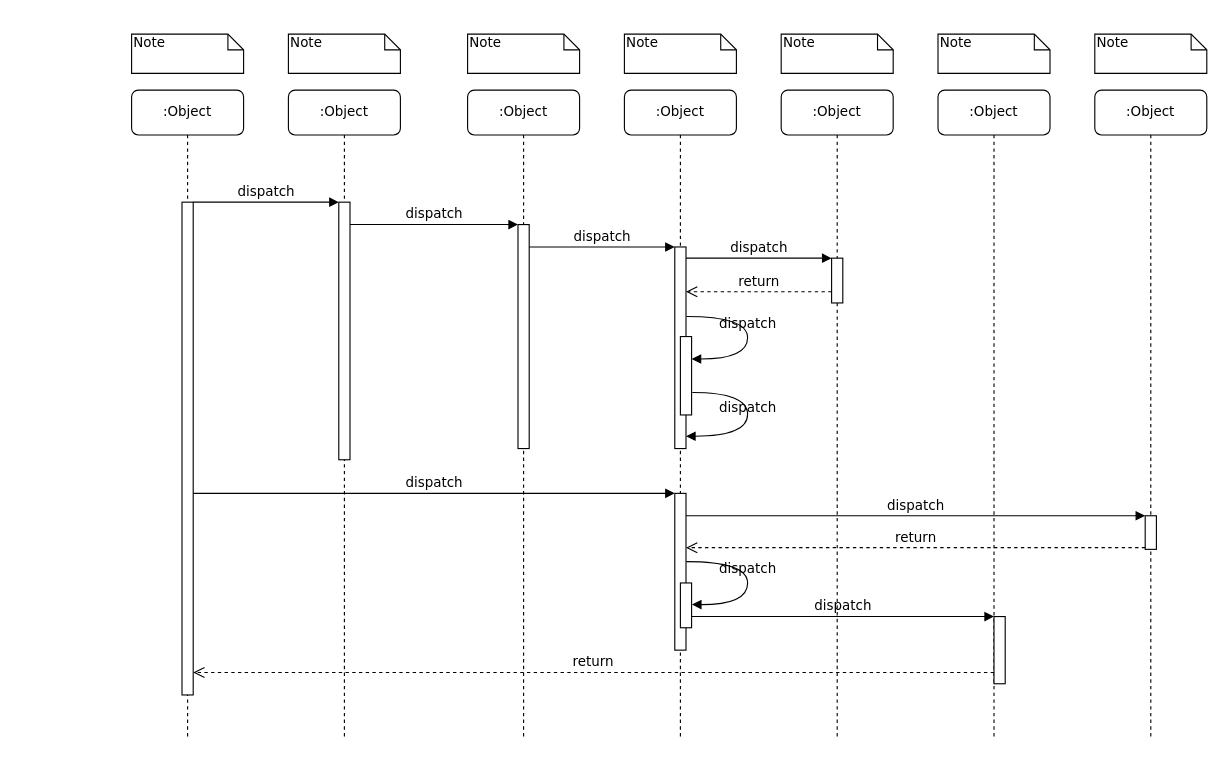
Earlier version of the draw.io diagram UML/GonçaloOliveeira_ex2_diagrama_de_sequencia.drawio (G-Man27/portfolio-CESAE). Source tidied: cells renumbered, new cells numbered last; positions are measured from the earlier drawing's top-left corner, leaving out a move shared by most shapes. Both pictures are drawn from the tidied source at 112%, with x=0, y=0 at pixel (131, 34).
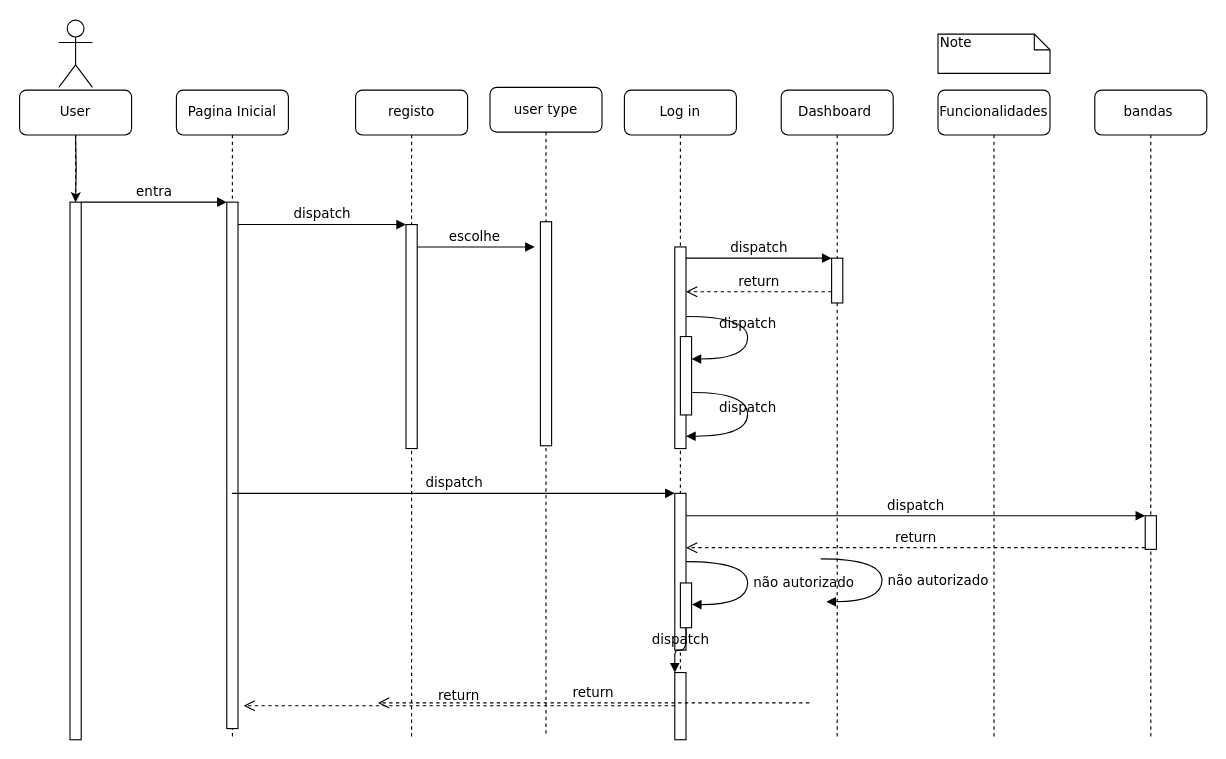
The same diagram, later.

Unchanged cells that the change refers to:
```xml
<mxCell id="5" style="html=1;points=[];perimeter=orthogonalPerimeter;rounded=0;shadow=0;comic=0;labelBackgroundColor=none;strokeWidth=1;fontFamily=Verdana;fontSize=12;align=center;" parent="4" vertex="1">
  <mxGeometry x="45" y="120" width="10" height="200" as="geometry" />
</mxCell>
<mxCell id="12" style="html=1;points=[];perimeter=orthogonalPerimeter;rounded=0;shadow=0;comic=0;labelBackgroundColor=none;strokeWidth=1;fontFamily=Verdana;fontSize=12;align=center;" parent="1" vertex="1">
  <mxGeometry x="485" y="190" width="10" height="180" as="geometry" />
</mxCell>
<mxCell id="17" style="html=1;points=[];perimeter=orthogonalPerimeter;rounded=0;shadow=0;comic=0;labelBackgroundColor=none;strokeWidth=1;fontFamily=Verdana;fontSize=12;align=center;" parent="1" vertex="1">
  <mxGeometry x="485" y="410" width="10" height="140" as="geometry" />
</mxCell>
```

Change to the diagram source:
```diff
@@
-    <mxCell id="2" value=":Object" style="shape=umlLifeline;perimeter=lifelinePerimeter;whiteSpace=wrap;html=1;outlineConnect=0;rounded=1;shadow=0;comic=0;labelBackgroundColor=none;strokeWidth=1;fontFamily=Verdana;fontSize=12;align=center;" parent="1" vertex="1">
-      <mxGeometry x="140" y="50" width="100" height="580" as="geometry" />
+    <mxCell id="2" value="Pagina Inicial" style="shape=umlLifeline;perimeter=lifelinePerimeter;whiteSpace=wrap;html=1;outlineConnect=0;rounded=1;shadow=0;comic=0;labelBackgroundColor=none;strokeWidth=1;fontFamily=Verdana;fontSize=12;align=center;" parent="1" vertex="1">
+      <mxGeometry x="40" y="50" width="100" height="580" as="geometry" />
     </mxCell>
     <mxCell id="3" style="html=1;points=[];perimeter=orthogonalPerimeter;rounded=0;shadow=0;comic=0;labelBackgroundColor=none;strokeWidth=1;fontFamily=Verdana;fontSize=12;align=center;" parent="2" vertex="1">
-      <mxGeometry x="45" y="100" width="10" height="230" as="geometry" />
+      <mxGeometry x="45" y="100" width="10" height="470" as="geometry" />
     </mxCell>
-    <mxCell id="4" value=":Object" style="shape=umlLifeline;perimeter=lifelinePerimeter;whiteSpace=wrap;html=1;rounded=1;shadow=0;comic=0;labelBackgroundColor=none;strokeWidth=1;fontFamily=Verdana;fontSize=12;align=center;" parent="1" vertex="1">
-      <mxGeometry x="300" y="50" width="100" height="580" as="geometry" />
+    <mxCell id="4" value="registo" style="shape=umlLifeline;perimeter=lifelinePerimeter;whiteSpace=wrap;html=1;rounded=1;shadow=0;comic=0;labelBackgroundColor=none;strokeWidth=1;fontFamily=Verdana;fontSize=12;align=center;" parent="1" vertex="1">
+      <mxGeometry x="200" y="50" width="100" height="580" as="geometry" />
     </mxCell>
@@
+    <mxCell id="24" value="return" style="html=1;verticalAlign=bottom;endArrow=open;dashed=1;endSize=8;labelBackgroundColor=none;fontFamily=Verdana;fontSize=12;edgeStyle=elbowEdgeStyle;elbow=vertical;" parent="4" edge="1">
+      <mxGeometry relative="1" as="geometry">
+        <mxPoint x="285" y="549.6" as="sourcePoint" />
+        <mxPoint x="-100" y="550" as="targetPoint" />
+        <Array as="points">
+          <mxPoint x="270" y="549.6" />
+        </Array>
+      </mxGeometry>
+    </mxCell>
-    <mxCell id="6" value=":Object" style="shape=umlLifeline;perimeter=lifelinePerimeter;whiteSpace=wrap;html=1;rounded=1;shadow=0;comic=0;labelBackgroundColor=none;strokeWidth=1;fontFamily=Verdana;fontSize=12;align=center;" parent="1" vertex="1">
+    <mxCell id="6" value="Log in" style="shape=umlLifeline;perimeter=lifelinePerimeter;whiteSpace=wrap;html=1;rounded=1;shadow=0;comic=0;labelBackgroundColor=none;strokeWidth=1;fontFamily=Verdana;fontSize=12;align=center;" parent="1" vertex="1">
       <mxGeometry x="440" y="50" width="100" height="580" as="geometry" />
     </mxCell>
+    <mxCell id="22" style="html=1;points=[];perimeter=orthogonalPerimeter;rounded=0;shadow=0;comic=0;labelBackgroundColor=none;strokeWidth=1;fontFamily=Verdana;fontSize=12;align=center;" parent="6" vertex="1">
+      <mxGeometry x="45" y="520" width="10" height="60" as="geometry" />
+    </mxCell>
-    <mxCell id="7" value=":Object" style="shape=umlLifeline;perimeter=lifelinePerimeter;whiteSpace=wrap;html=1;rounded=1;shadow=0;comic=0;labelBackgroundColor=none;strokeWidth=1;fontFamily=Verdana;fontSize=12;align=center;" parent="1" vertex="1">
+    <mxCell id="7" value="Dashboard&amp;nbsp;" style="shape=umlLifeline;perimeter=lifelinePerimeter;whiteSpace=wrap;html=1;rounded=1;shadow=0;comic=0;labelBackgroundColor=none;strokeWidth=1;fontFamily=Verdana;fontSize=12;align=center;" parent="1" vertex="1">
       <mxGeometry x="580" y="50" width="100" height="580" as="geometry" />
     </mxCell>
-    <mxCell id="8" value=":Object" style="shape=umlLifeline;perimeter=lifelinePerimeter;whiteSpace=wrap;html=1;rounded=1;shadow=0;comic=0;labelBackgroundColor=none;strokeWidth=1;fontFamily=Verdana;fontSize=12;align=center;" parent="1" vertex="1">
+    <mxCell id="8" value="Funcionalidades" style="shape=umlLifeline;perimeter=lifelinePerimeter;whiteSpace=wrap;html=1;rounded=1;shadow=0;comic=0;labelBackgroundColor=none;strokeWidth=1;fontFamily=Verdana;fontSize=12;align=center;" parent="1" vertex="1">
       <mxGeometry x="720" y="50" width="100" height="580" as="geometry" />
     </mxCell>
-    <mxCell id="9" value=":Object" style="shape=umlLifeline;perimeter=lifelinePerimeter;whiteSpace=wrap;html=1;rounded=1;shadow=0;comic=0;labelBackgroundColor=none;strokeWidth=1;fontFamily=Verdana;fontSize=12;align=center;" parent="1" vertex="1">
+    <mxCell id="9" value="bandas&amp;nbsp;" style="shape=umlLifeline;perimeter=lifelinePerimeter;whiteSpace=wrap;html=1;rounded=1;shadow=0;comic=0;labelBackgroundColor=none;strokeWidth=1;fontFamily=Verdana;fontSize=12;align=center;" parent="1" vertex="1">
       <mxGeometry x="860" y="50" width="100" height="580" as="geometry" />
     </mxCell>
-    <mxCell id="10" value=":Object" style="shape=umlLifeline;perimeter=lifelinePerimeter;whiteSpace=wrap;html=1;rounded=1;shadow=0;comic=0;labelBackgroundColor=none;strokeWidth=1;fontFamily=Verdana;fontSize=12;align=center;" parent="1" vertex="1">
-      <mxGeometry y="50" width="100" height="580" as="geometry" />
+    <mxCell id="10" value="User" style="shape=umlLifeline;perimeter=lifelinePerimeter;whiteSpace=wrap;html=1;rounded=1;shadow=0;comic=0;labelBackgroundColor=none;strokeWidth=1;fontFamily=Verdana;fontSize=12;align=center;" parent="1" vertex="1">
+      <mxGeometry x="-100" y="50" width="100" height="580" as="geometry" />
     </mxCell>
     <mxCell id="11" style="html=1;points=[];perimeter=orthogonalPerimeter;rounded=0;shadow=0;comic=0;labelBackgroundColor=none;strokeWidth=1;fontFamily=Verdana;fontSize=12;align=center;" parent="10" vertex="1">
-      <mxGeometry x="45" y="100" width="10" height="440" as="geometry" />
+      <mxGeometry x="45" y="100" width="10" height="480" as="geometry" />
     </mxCell>
@@
-    <mxCell id="13" value="dispatch" style="html=1;verticalAlign=bottom;endArrow=block;labelBackgroundColor=none;fontFamily=Verdana;fontSize=12;edgeStyle=elbowEdgeStyle;elbow=vertical;" parent="1" edge="1" source="5" target="12">
+    <mxCell id="13" value="escolhe&amp;nbsp;" style="html=1;verticalAlign=bottom;endArrow=block;labelBackgroundColor=none;fontFamily=Verdana;fontSize=12;edgeStyle=elbowEdgeStyle;elbow=vertical;" parent="1" edge="1" source="5">
       <mxGeometry relative="1" as="geometry">
+        <mxPoint x="360" y="190" as="targetPoint" />
         <Array as="points">
           <mxPoint x="360" y="190" />
         </Array>
       </mxGeometry>
     </mxCell>
@@
-    <mxCell id="18" value="dispatch" style="html=1;verticalAlign=bottom;endArrow=block;entryX=0;entryY=0;labelBackgroundColor=none;fontFamily=Verdana;fontSize=12;" parent="1" edge="1" source="11" target="17">
+    <mxCell id="18" value="dispatch" style="html=1;verticalAlign=bottom;endArrow=block;entryX=0;entryY=0;labelBackgroundColor=none;fontFamily=Verdana;fontSize=12;" parent="1" edge="1" source="2" target="17">
       <mxGeometry relative="1" as="geometry" />
     </mxCell>
@@
-    <mxCell id="22" style="html=1;points=[];perimeter=orthogonalPerimeter;rounded=0;shadow=0;comic=0;labelBackgroundColor=none;strokeWidth=1;fontFamily=Verdana;fontSize=12;align=center;" parent="1" vertex="1">
-      <mxGeometry x="770" y="520" width="10" height="60" as="geometry" />
-    </mxCell>
@@
-    <mxCell id="24" value="return" style="html=1;verticalAlign=bottom;endArrow=open;dashed=1;endSize=8;labelBackgroundColor=none;fontFamily=Verdana;fontSize=12;edgeStyle=elbowEdgeStyle;elbow=vertical;" parent="1" edge="1" source="22" target="11">
-      <mxGeometry relative="1" as="geometry">
-        <Array as="points">
-          <mxPoint x="470" y="570" />
-        </Array>
-      </mxGeometry>
-    </mxCell>
-    <mxCell id="25" value="dispatch" style="html=1;verticalAlign=bottom;endArrow=block;entryX=0;entryY=0;labelBackgroundColor=none;fontFamily=Verdana;fontSize=12;edgeStyle=elbowEdgeStyle;elbow=vertical;" parent="1" edge="1" source="11" target="3">
+    <mxCell id="25" value="entra" style="html=1;verticalAlign=bottom;endArrow=block;entryX=0;entryY=0;labelBackgroundColor=none;fontFamily=Verdana;fontSize=12;edgeStyle=elbowEdgeStyle;elbow=vertical;" parent="1" edge="1" source="11" target="3">
       <mxGeometry relative="1" as="geometry" />
     </mxCell>
@@
-    <mxCell id="31" value="dispatch" style="html=1;verticalAlign=bottom;endArrow=block;labelBackgroundColor=none;fontFamily=Verdana;fontSize=12;elbow=vertical;edgeStyle=orthogonalEdgeStyle;curved=1;entryX=1;entryY=0.286;entryPerimeter=0;exitX=1.038;exitY=0.345;exitPerimeter=0;" parent="1" edge="1">
-      <mxGeometry relative="1" as="geometry">
+    <mxCell id="31" value="não autorizado" style="html=1;verticalAlign=bottom;endArrow=block;labelBackgroundColor=none;fontFamily=Verdana;fontSize=12;elbow=vertical;edgeStyle=orthogonalEdgeStyle;curved=1;entryX=1;entryY=0.286;entryPerimeter=0;exitX=1.038;exitY=0.345;exitPerimeter=0;" parent="1" edge="1">
+      <mxGeometry x="0.17" y="50" relative="1" as="geometry">
         <mxPoint x="495.3" y="471" as="sourcePoint" />
         <mxPoint x="500.3" y="509.3" as="targetPoint" />
         <Array as="points">
           <mxPoint x="550" y="471" />
           <mxPoint x="550" y="509" />
         </Array>
       </mxGeometry>
     </mxCell>
-    <mxCell id="32" value="Note" style="shape=note;whiteSpace=wrap;html=1;size=14;verticalAlign=top;align=left;spacingTop=-6;rounded=0;shadow=0;comic=0;labelBackgroundColor=none;strokeWidth=1;fontFamily=Verdana;fontSize=12;" parent="1" vertex="1">
-      <mxGeometry width="100" height="35" as="geometry" />
-    </mxCell>
-    <mxCell id="33" value="Note" style="shape=note;whiteSpace=wrap;html=1;size=14;verticalAlign=top;align=left;spacingTop=-6;rounded=0;shadow=0;comic=0;labelBackgroundColor=none;strokeWidth=1;fontFamily=Verdana;fontSize=12;" parent="1" vertex="1">
-      <mxGeometry x="140" width="100" height="35" as="geometry" />
-    </mxCell>
-    <mxCell id="34" value="Note" style="shape=note;whiteSpace=wrap;html=1;size=14;verticalAlign=top;align=left;spacingTop=-6;rounded=0;shadow=0;comic=0;labelBackgroundColor=none;strokeWidth=1;fontFamily=Verdana;fontSize=12;" parent="1" vertex="1">
-      <mxGeometry x="300" width="100" height="35" as="geometry" />
-    </mxCell>
-    <mxCell id="35" value="Note" style="shape=note;whiteSpace=wrap;html=1;size=14;verticalAlign=top;align=left;spacingTop=-6;rounded=0;shadow=0;comic=0;labelBackgroundColor=none;strokeWidth=1;fontFamily=Verdana;fontSize=12;" parent="1" vertex="1">
-      <mxGeometry x="440" width="100" height="35" as="geometry" />
-    </mxCell>
-    <mxCell id="36" value="Note" style="shape=note;whiteSpace=wrap;html=1;size=14;verticalAlign=top;align=left;spacingTop=-6;rounded=0;shadow=0;comic=0;labelBackgroundColor=none;strokeWidth=1;fontFamily=Verdana;fontSize=12;" parent="1" vertex="1">
-      <mxGeometry x="580" width="100" height="35" as="geometry" />
-    </mxCell>
+    <mxCell id="39" style="edgeStyle=orthogonalEdgeStyle;rounded=0;jettySize=auto;html=1;" parent="1" edge="1" target="11">
+      <mxGeometry relative="1" as="geometry">
+        <mxPoint x="-50" y="90" as="sourcePoint" />
+      </mxGeometry>
+    </mxCell>
+    <mxCell id="40" style="shape=umlActor;verticalLabelPosition=bottom;verticalAlign=top;html=1;" parent="1" vertex="1">
+      <mxGeometry x="-65" y="-12.5" width="30" height="60" as="geometry" />
+    </mxCell>
@@
-    <mxCell id="38" value="Note" style="shape=note;whiteSpace=wrap;html=1;size=14;verticalAlign=top;align=left;spacingTop=-6;rounded=0;shadow=0;comic=0;labelBackgroundColor=none;strokeWidth=1;fontFamily=Verdana;fontSize=12;" parent="1" vertex="1">
-      <mxGeometry x="860" width="100" height="35" as="geometry" />
-    </mxCell>
+    <mxCell id="41" value="não autorizado" style="html=1;verticalAlign=bottom;endArrow=block;labelBackgroundColor=none;fontFamily=Verdana;fontSize=12;elbow=vertical;edgeStyle=orthogonalEdgeStyle;curved=1;entryX=1;entryY=0.286;entryPerimeter=0;exitX=1.038;exitY=0.345;exitPerimeter=0;" parent="1" edge="1">
+      <mxGeometry x="0.17" y="50" relative="1" as="geometry">
+        <mxPoint x="615.3" y="468.5" as="sourcePoint" />
+        <mxPoint x="620.3" y="506.8" as="targetPoint" />
+        <Array as="points">
+          <mxPoint x="670" y="468.5" />
+          <mxPoint x="670" y="506.5" />
+        </Array>
+      </mxGeometry>
+    </mxCell>
+    <mxCell id="42" value="user type" style="shape=umlLifeline;perimeter=lifelinePerimeter;whiteSpace=wrap;html=1;rounded=1;shadow=0;comic=0;labelBackgroundColor=none;strokeWidth=1;fontFamily=Verdana;fontSize=12;align=center;" parent="1" vertex="1">
+      <mxGeometry x="320" y="47.5" width="100" height="580" as="geometry" />
+    </mxCell>
+    <mxCell id="43" style="html=1;perimeter=orthogonalPerimeter;rounded=0;shadow=0;comic=0;labelBackgroundColor=none;strokeWidth=1;fontFamily=Verdana;fontSize=12;align=center;" parent="42" vertex="1">
+      <mxGeometry x="45" y="120" width="10" height="200" as="geometry" />
+    </mxCell>
+    <mxCell id="44" value="return" style="html=1;verticalAlign=bottom;endArrow=open;dashed=1;endSize=8;labelBackgroundColor=none;fontFamily=Verdana;fontSize=12;edgeStyle=elbowEdgeStyle;elbow=vertical;" parent="42" edge="1">
+      <mxGeometry relative="1" as="geometry">
+        <mxPoint x="285" y="549.6" as="sourcePoint" />
+        <mxPoint x="-100" y="550" as="targetPoint" />
+        <Array as="points">
+          <mxPoint x="270" y="549.6" />
+        </Array>
+      </mxGeometry>
+    </mxCell>
```
